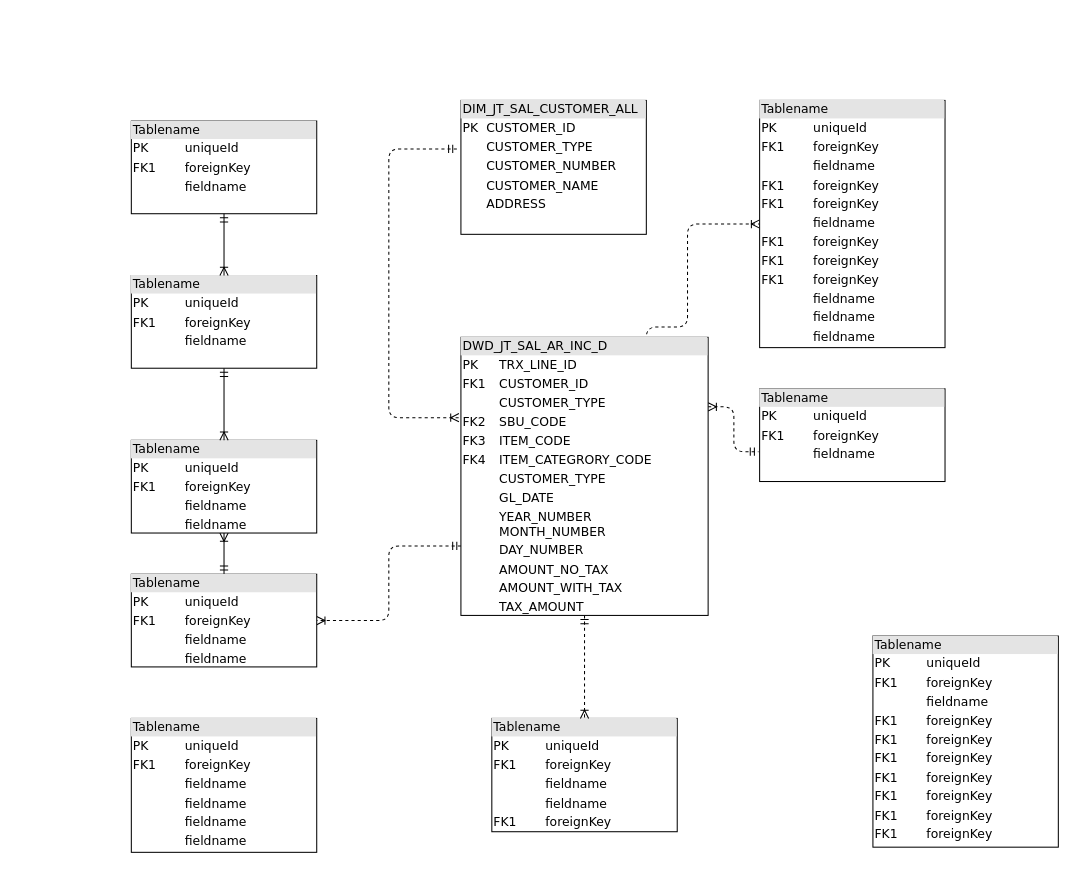
YMS-QC/YMS-QC.github.io keeps this draw.io diagram as Untitled Diagram.drawio. Above is the earlier version. Source tidied: cells renumbered, new cells numbered last; positions are measured from the earlier drawing's top-left corner, leaving out a move shared by most shapes. Both pictures are drawn from the tidied source at 103%, with x=0, y=0 at pixel (131, 100).
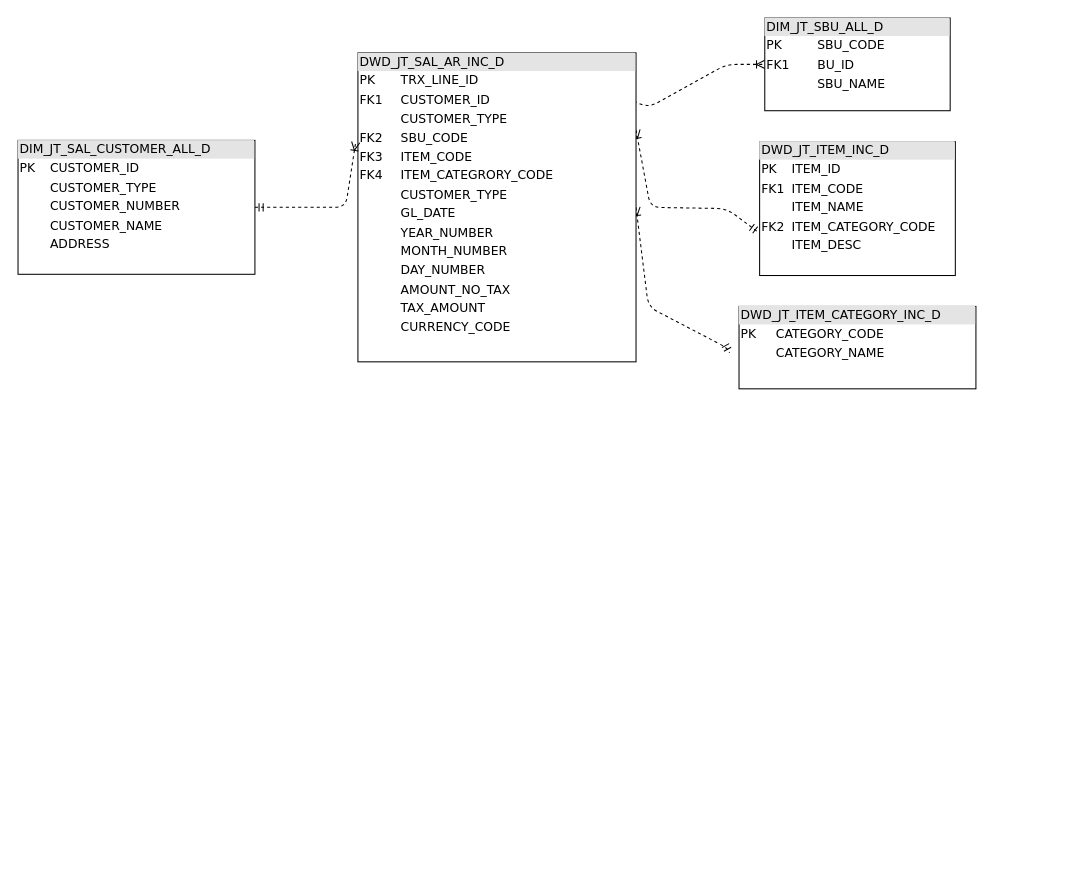
The same diagram, later.

Diff of the diagram source:
```diff
@@
-    <mxCell id="2" value="&lt;div style=&quot;box-sizing:border-box;width:100%;background:#e4e4e4;padding:2px;&quot;&gt;Tablename&lt;/div&gt;&lt;table style=&quot;width:100%;font-size:1em;&quot; cellpadding=&quot;2&quot; cellspacing=&quot;0&quot;&gt;&lt;tr&gt;&lt;td&gt;PK&lt;/td&gt;&lt;td&gt;uniqueId&lt;/td&gt;&lt;/tr&gt;&lt;tr&gt;&lt;td&gt;FK1&lt;/td&gt;&lt;td&gt;foreignKey&lt;/td&gt;&lt;/tr&gt;&lt;tr&gt;&lt;td&gt;&lt;/td&gt;&lt;td&gt;fieldname&lt;/td&gt;&lt;/tr&gt;&lt;/table&gt;" style="verticalAlign=top;align=left;overflow=fill;html=1;rounded=0;shadow=0;comic=0;labelBackgroundColor=none;strokeWidth=1;fontFamily=Verdana;fontSize=12;" parent="1" vertex="1">
-      <mxGeometry y="20" width="180" height="90" as="geometry" />
-    </mxCell>
-    <mxCell id="3" style="edgeStyle=orthogonalEdgeStyle;html=1;dashed=1;labelBackgroundColor=none;startArrow=ERmandOne;endArrow=ERoneToMany;fontFamily=Verdana;fontSize=12;align=left;entryX=0;entryY=0.5;exitX=0.75;exitY=0.056;exitDx=0;exitDy=0;exitPerimeter=0;rounded=1;" parent="1" edge="1" source="15" target="17">
+    <mxCell id="3" style="edgeStyle=orthogonalEdgeStyle;html=1;dashed=1;labelBackgroundColor=none;startArrow=ERmandOne;endArrow=ERoneToMany;fontFamily=Verdana;fontSize=12;align=left;entryX=0;entryY=0.5;exitX=0.75;exitY=0.056;exitDx=0;exitDy=0;exitPerimeter=0;rounded=1;noEdgeStyle=1;orthogonal=1;" parent="1" edge="1" source="15" target="17">
       <mxGeometry relative="1" as="geometry">
         <Array as="points">
-          <mxPoint x="500" y="220" />
-          <mxPoint x="540" y="220" />
-          <mxPoint x="540" y="120" />
+          <mxPoint x="502" y="7.1" />
+          <mxPoint x="578" y="-35" />
         </Array>
       </mxGeometry>
     </mxCell>
-    <mxCell id="4" value="&lt;div style=&quot;box-sizing: border-box ; width: 100% ; background: #e4e4e4 ; padding: 2px&quot;&gt;DIM_JT_SAL_CUSTOMER_ALL&lt;/div&gt;&lt;table style=&quot;width: 100% ; font-size: 1em&quot; cellpadding=&quot;2&quot; cellspacing=&quot;0&quot;&gt;&lt;tbody&gt;&lt;tr&gt;&lt;td&gt;PK&lt;/td&gt;&lt;td&gt;CUSTOMER_ID&lt;/td&gt;&lt;/tr&gt;&lt;tr&gt;&lt;td&gt;&lt;br&gt;&lt;/td&gt;&lt;td&gt;CUSTOMER_TYPE&lt;/td&gt;&lt;/tr&gt;&lt;tr&gt;&lt;td&gt;&lt;/td&gt;&lt;td&gt;CUSTOMER_NUMBER&lt;/td&gt;&lt;/tr&gt;&lt;tr&gt;&lt;td&gt;&lt;br&gt;&lt;/td&gt;&lt;td&gt;CUSTOMER_NAME&lt;/td&gt;&lt;/tr&gt;&lt;tr&gt;&lt;td&gt;&lt;br&gt;&lt;/td&gt;&lt;td&gt;ADDRESS&lt;/td&gt;&lt;/tr&gt;&lt;tr&gt;&lt;td&gt;&lt;br&gt;&lt;/td&gt;&lt;td&gt;&lt;br&gt;&lt;/td&gt;&lt;/tr&gt;&lt;/tbody&gt;&lt;/table&gt;" style="verticalAlign=top;align=left;overflow=fill;html=1;rounded=0;shadow=0;comic=0;labelBackgroundColor=none;strokeWidth=1;fontFamily=Verdana;fontSize=12;" parent="1" vertex="1">
-      <mxGeometry x="320" width="180" height="130" as="geometry" />
+    <mxCell id="4" value="&lt;div style=&quot;box-sizing: border-box ; width: 100% ; background: #e4e4e4 ; padding: 2px&quot;&gt;DIM_JT_SAL_CUSTOMER_ALL_D&lt;/div&gt;&lt;table style=&quot;width: 100% ; font-size: 1em&quot; cellpadding=&quot;2&quot; cellspacing=&quot;0&quot;&gt;&lt;tbody&gt;&lt;tr&gt;&lt;td&gt;PK&lt;/td&gt;&lt;td&gt;CUSTOMER_ID&lt;/td&gt;&lt;/tr&gt;&lt;tr&gt;&lt;td&gt;&lt;br&gt;&lt;/td&gt;&lt;td&gt;CUSTOMER_TYPE&lt;/td&gt;&lt;/tr&gt;&lt;tr&gt;&lt;td&gt;&lt;/td&gt;&lt;td&gt;CUSTOMER_NUMBER&lt;/td&gt;&lt;/tr&gt;&lt;tr&gt;&lt;td&gt;&lt;br&gt;&lt;/td&gt;&lt;td&gt;CUSTOMER_NAME&lt;/td&gt;&lt;/tr&gt;&lt;tr&gt;&lt;td&gt;&lt;br&gt;&lt;/td&gt;&lt;td&gt;ADDRESS&lt;/td&gt;&lt;/tr&gt;&lt;tr&gt;&lt;td&gt;&lt;br&gt;&lt;/td&gt;&lt;td&gt;&lt;br&gt;&lt;/td&gt;&lt;/tr&gt;&lt;/tbody&gt;&lt;/table&gt;" style="verticalAlign=top;align=left;overflow=fill;html=1;rounded=0;shadow=0;comic=0;labelBackgroundColor=none;strokeWidth=1;fontFamily=Verdana;fontSize=12;" parent="1" vertex="1">
+      <mxGeometry x="-110" y="38.8" width="230" height="130" as="geometry" />
     </mxCell>
-    <mxCell id="5" style="edgeStyle=orthogonalEdgeStyle;html=1;labelBackgroundColor=none;startArrow=ERmandOne;endArrow=ERoneToMany;fontFamily=Verdana;fontSize=12;align=left;" parent="1" edge="1" source="7" target="8">
-      <mxGeometry relative="1" as="geometry" />
-    </mxCell>
-    <mxCell id="6" style="edgeStyle=orthogonalEdgeStyle;html=1;exitX=0;exitY=0.75;entryX=1;entryY=0.5;dashed=1;labelBackgroundColor=none;startArrow=ERmandOne;endArrow=ERoneToMany;fontFamily=Verdana;fontSize=12;align=left;" parent="1" edge="1" source="15" target="7">
-      <mxGeometry relative="1" as="geometry" />
-    </mxCell>
-    <mxCell id="7" value="&lt;div style=&quot;box-sizing: border-box ; width: 100% ; background: #e4e4e4 ; padding: 2px&quot;&gt;Tablename&lt;/div&gt;&lt;table style=&quot;width: 100% ; font-size: 1em&quot; cellpadding=&quot;2&quot; cellspacing=&quot;0&quot;&gt;&lt;tbody&gt;&lt;tr&gt;&lt;td&gt;PK&lt;/td&gt;&lt;td&gt;uniqueId&lt;/td&gt;&lt;/tr&gt;&lt;tr&gt;&lt;td&gt;FK1&lt;/td&gt;&lt;td&gt;foreignKey&lt;/td&gt;&lt;/tr&gt;&lt;tr&gt;&lt;td&gt;&lt;/td&gt;&lt;td&gt;fieldname&lt;/td&gt;&lt;/tr&gt;&lt;tr&gt;&lt;td&gt;&lt;br&gt;&lt;/td&gt;&lt;td&gt;fieldname&lt;br&gt;&lt;/td&gt;&lt;/tr&gt;&lt;/tbody&gt;&lt;/table&gt;" style="verticalAlign=top;align=left;overflow=fill;html=1;rounded=0;shadow=0;comic=0;labelBackgroundColor=none;strokeWidth=1;fontFamily=Verdana;fontSize=12;" parent="1" vertex="1">
-      <mxGeometry y="460" width="180" height="90" as="geometry" />
-    </mxCell>
-    <mxCell id="8" value="&lt;div style=&quot;box-sizing: border-box ; width: 100% ; background: #e4e4e4 ; padding: 2px&quot;&gt;Tablename&lt;/div&gt;&lt;table style=&quot;width: 100% ; font-size: 1em&quot; cellpadding=&quot;2&quot; cellspacing=&quot;0&quot;&gt;&lt;tbody&gt;&lt;tr&gt;&lt;td&gt;PK&lt;/td&gt;&lt;td&gt;uniqueId&lt;/td&gt;&lt;/tr&gt;&lt;tr&gt;&lt;td&gt;FK1&lt;/td&gt;&lt;td&gt;foreignKey&lt;/td&gt;&lt;/tr&gt;&lt;tr&gt;&lt;td&gt;&lt;/td&gt;&lt;td&gt;fieldname&lt;/td&gt;&lt;/tr&gt;&lt;tr&gt;&lt;td&gt;&lt;br&gt;&lt;/td&gt;&lt;td&gt;fieldname&lt;br&gt;&lt;/td&gt;&lt;/tr&gt;&lt;/tbody&gt;&lt;/table&gt;" style="verticalAlign=top;align=left;overflow=fill;html=1;rounded=0;shadow=0;comic=0;labelBackgroundColor=none;strokeWidth=1;fontFamily=Verdana;fontSize=12;" parent="1" vertex="1">
-      <mxGeometry y="330" width="180" height="90" as="geometry" />
-    </mxCell>
-    <mxCell id="9" style="edgeStyle=orthogonalEdgeStyle;html=1;entryX=0.5;entryY=0;labelBackgroundColor=none;startArrow=ERmandOne;endArrow=ERoneToMany;fontFamily=Verdana;fontSize=12;align=left;" parent="1" edge="1" source="10" target="8">
-      <mxGeometry relative="1" as="geometry" />
-    </mxCell>
-    <mxCell id="10" value="&lt;div style=&quot;box-sizing:border-box;width:100%;background:#e4e4e4;padding:2px;&quot;&gt;Tablename&lt;/div&gt;&lt;table style=&quot;width:100%;font-size:1em;&quot; cellpadding=&quot;2&quot; cellspacing=&quot;0&quot;&gt;&lt;tr&gt;&lt;td&gt;PK&lt;/td&gt;&lt;td&gt;uniqueId&lt;/td&gt;&lt;/tr&gt;&lt;tr&gt;&lt;td&gt;FK1&lt;/td&gt;&lt;td&gt;foreignKey&lt;/td&gt;&lt;/tr&gt;&lt;tr&gt;&lt;td&gt;&lt;/td&gt;&lt;td&gt;fieldname&lt;/td&gt;&lt;/tr&gt;&lt;/table&gt;" style="verticalAlign=top;align=left;overflow=fill;html=1;rounded=0;shadow=0;comic=0;labelBackgroundColor=none;strokeWidth=1;fontFamily=Verdana;fontSize=12;" parent="1" vertex="1">
-      <mxGeometry y="170" width="180" height="90" as="geometry" />
-    </mxCell>
-    <mxCell id="11" value="&lt;div style=&quot;box-sizing: border-box ; width: 100% ; background: #e4e4e4 ; padding: 2px&quot;&gt;Tablename&lt;/div&gt;&lt;table style=&quot;width: 100% ; font-size: 1em&quot; cellpadding=&quot;2&quot; cellspacing=&quot;0&quot;&gt;&lt;tbody&gt;&lt;tr&gt;&lt;td&gt;PK&lt;/td&gt;&lt;td&gt;uniqueId&lt;/td&gt;&lt;/tr&gt;&lt;tr&gt;&lt;td&gt;FK1&lt;/td&gt;&lt;td&gt;foreignKey&lt;/td&gt;&lt;/tr&gt;&lt;tr&gt;&lt;td&gt;&lt;/td&gt;&lt;td&gt;fieldname&lt;/td&gt;&lt;/tr&gt;&lt;tr&gt;&lt;td&gt;FK1&lt;br&gt;&lt;/td&gt;&lt;td&gt;foreignKey&lt;br&gt;&lt;/td&gt;&lt;/tr&gt;&lt;tr&gt;&lt;td&gt;FK1&lt;br&gt;&lt;/td&gt;&lt;td&gt;foreignKey&lt;br&gt;&lt;/td&gt;&lt;/tr&gt;&lt;tr&gt;&lt;td&gt;FK1&lt;br&gt;&lt;/td&gt;&lt;td&gt;foreignKey&lt;br&gt;&lt;/td&gt;&lt;/tr&gt;&lt;tr&gt;&lt;td&gt;FK1&lt;br&gt;&lt;/td&gt;&lt;td&gt;foreignKey&lt;br&gt;&lt;/td&gt;&lt;/tr&gt;&lt;tr&gt;&lt;td&gt;FK1&lt;br&gt;&lt;/td&gt;&lt;td&gt;foreignKey&lt;br&gt;&lt;/td&gt;&lt;/tr&gt;&lt;tr&gt;&lt;td&gt;FK1&lt;br&gt;&lt;/td&gt;&lt;td&gt;foreignKey&lt;br&gt;&lt;/td&gt;&lt;/tr&gt;&lt;tr&gt;&lt;td&gt;FK1&lt;br&gt;&lt;/td&gt;&lt;td&gt;foreignKey&lt;br&gt;&lt;/td&gt;&lt;/tr&gt;&lt;/tbody&gt;&lt;/table&gt;" style="verticalAlign=top;align=left;overflow=fill;html=1;rounded=0;shadow=0;comic=0;labelBackgroundColor=none;strokeWidth=1;fontFamily=Verdana;fontSize=12;" parent="1" vertex="1">
-      <mxGeometry x="720" y="520" width="180" height="205" as="geometry" />
-    </mxCell>
-    <mxCell id="12" value="&lt;div style=&quot;box-sizing: border-box ; width: 100% ; background: #e4e4e4 ; padding: 2px&quot;&gt;Tablename&lt;/div&gt;&lt;table style=&quot;width: 100% ; font-size: 1em&quot; cellpadding=&quot;2&quot; cellspacing=&quot;0&quot;&gt;&lt;tbody&gt;&lt;tr&gt;&lt;td&gt;PK&lt;/td&gt;&lt;td&gt;uniqueId&lt;/td&gt;&lt;/tr&gt;&lt;tr&gt;&lt;td&gt;FK1&lt;/td&gt;&lt;td&gt;foreignKey&lt;/td&gt;&lt;/tr&gt;&lt;tr&gt;&lt;td&gt;&lt;/td&gt;&lt;td&gt;fieldname&lt;/td&gt;&lt;/tr&gt;&lt;tr&gt;&lt;td&gt;&lt;br&gt;&lt;/td&gt;&lt;td&gt;fieldname&lt;br&gt;&lt;/td&gt;&lt;/tr&gt;&lt;tr&gt;&lt;td&gt;FK1&lt;br&gt;&lt;/td&gt;&lt;td&gt;foreignKey&lt;br&gt;&lt;/td&gt;&lt;/tr&gt;&lt;/tbody&gt;&lt;/table&gt;" style="verticalAlign=top;align=left;overflow=fill;html=1;rounded=0;shadow=0;comic=0;labelBackgroundColor=none;strokeWidth=1;fontFamily=Verdana;fontSize=12;" parent="1" vertex="1">
-      <mxGeometry x="350" y="600" width="180" height="110" as="geometry" />
-    </mxCell>
-    <mxCell id="13" style="edgeStyle=orthogonalEdgeStyle;html=1;entryX=0.5;entryY=0;labelBackgroundColor=none;startArrow=ERmandOne;endArrow=ERoneToMany;fontFamily=Verdana;fontSize=12;align=left;dashed=1;" parent="1" edge="1" source="15" target="12">
-      <mxGeometry relative="1" as="geometry" />
-    </mxCell>
-    <mxCell id="14" style="edgeStyle=orthogonalEdgeStyle;rounded=1;jettySize=auto;html=1;exitX=1;exitY=0.25;exitDx=0;exitDy=0;strokeColor=#000000;dashed=1;endArrow=ERmandOne;endFill=0;entryX=-0.006;entryY=0.678;entryDx=0;entryDy=0;entryPerimeter=0;startArrow=ERoneToMany;startFill=0;" parent="1" edge="1" source="15" target="16">
-      <mxGeometry relative="1" as="geometry" />
+    <mxCell id="14" style="edgeStyle=orthogonalEdgeStyle;rounded=1;jettySize=auto;html=1;exitX=1;exitY=0.25;exitDx=0;exitDy=0;strokeColor=#000000;dashed=1;endArrow=ERmandOne;endFill=0;entryX=-0.006;entryY=0.678;entryDx=0;entryDy=0;entryPerimeter=0;startArrow=ERoneToMany;startFill=0;noEdgeStyle=1;orthogonal=1;" parent="1" edge="1" source="15" target="16">
+      <mxGeometry relative="1" as="geometry">
+        <Array as="points">
+          <mxPoint x="504" y="103.8" />
+          <mxPoint x="578" y="105" />
+        </Array>
+      </mxGeometry>
     </mxCell>
+    <mxCell id="21" style="edgeStyle=orthogonalEdgeStyle;rounded=1;jettySize=auto;html=1;exitX=1;exitY=0.5;exitDx=0;exitDy=0;entryX=-0.04;entryY=0.563;entryDx=0;entryDy=0;entryPerimeter=0;dashed=1;startArrow=ERoneToMany;startFill=0;endArrow=ERmandOne;endFill=0;strokeColor=#000000;noEdgeStyle=1;orthogonal=1;" parent="1" edge="1" source="15" target="22">
+      <mxGeometry relative="1" as="geometry">
+        <Array as="points">
+          <mxPoint x="502" y="200.4" />
+          <mxPoint x="578" y="240" />
+        </Array>
+      </mxGeometry>
+    </mxCell>
-    <mxCell id="15" value="&lt;div style=&quot;box-sizing: border-box ; width: 100% ; background: #e4e4e4 ; padding: 2px&quot;&gt;DWD_JT_SAL_AR_INC_D&lt;/div&gt;&lt;table style=&quot;width: 100% ; font-size: 1em&quot; cellpadding=&quot;2&quot; cellspacing=&quot;0&quot;&gt;&lt;tbody&gt;&lt;tr&gt;&lt;td&gt;PK&lt;/td&gt;&lt;td&gt;TRX_LINE_ID&lt;/td&gt;&lt;/tr&gt;&lt;tr&gt;&lt;td&gt;FK1&lt;/td&gt;&lt;td&gt;CUSTOMER_ID&lt;/td&gt;&lt;/tr&gt;&lt;tr&gt;&lt;td&gt;&lt;br&gt;&lt;/td&gt;&lt;td&gt;CUSTOMER_TYPE&lt;/td&gt;&lt;/tr&gt;&lt;tr&gt;&lt;td&gt;FK2&lt;br&gt;&lt;/td&gt;&lt;td&gt;SBU_CODE&lt;br&gt;&lt;/td&gt;&lt;/tr&gt;&lt;tr&gt;&lt;td&gt;FK3&lt;br&gt;&lt;/td&gt;&lt;td&gt;ITEM_CODE&lt;/td&gt;&lt;/tr&gt;&lt;tr&gt;&lt;td&gt;FK4&lt;br&gt;&lt;/td&gt;&lt;td&gt;ITEM_CATEGRORY_CODE&lt;/td&gt;&lt;/tr&gt;&lt;tr&gt;&lt;td&gt;&lt;br&gt;&lt;/td&gt;&lt;td&gt;CUSTOMER_TYPE&lt;/td&gt;&lt;/tr&gt;&lt;tr&gt;&lt;td&gt;&lt;br&gt;&lt;/td&gt;&lt;td&gt;GL_DATE&lt;br&gt;&lt;/td&gt;&lt;/tr&gt;&lt;tr&gt;&lt;td&gt;&lt;br&gt;&lt;/td&gt;&lt;td&gt;YEAR_NUMBER&lt;br&gt;MONTH_NUMBER&lt;/td&gt;&lt;/tr&gt;&lt;tr&gt;&lt;td&gt;&lt;br&gt;&lt;/td&gt;&lt;td&gt;DAY_NUMBER&lt;/td&gt;&lt;/tr&gt;&lt;tr&gt;&lt;td&gt;&lt;br&gt;&lt;/td&gt;&lt;td&gt;AMOUNT_NO_TAX&lt;/td&gt;&lt;/tr&gt;&lt;tr&gt;&lt;td&gt;&lt;br&gt;&lt;/td&gt;&lt;td&gt;AMOUNT_WITH_TAX&lt;/td&gt;&lt;/tr&gt;&lt;tr&gt;&lt;td&gt;&lt;br&gt;&lt;/td&gt;&lt;td&gt;TAX_AMOUNT&lt;/td&gt;&lt;/tr&gt;&lt;/tbody&gt;&lt;/table&gt;" style="verticalAlign=top;align=left;overflow=fill;html=1;rounded=0;shadow=0;comic=0;labelBackgroundColor=none;strokeWidth=1;fontFamily=Verdana;fontSize=12;" parent="1" vertex="1">
-      <mxGeometry x="320" y="230" width="240" height="270" as="geometry" />
+    <mxCell id="15" value="&lt;div style=&quot;box-sizing: border-box ; width: 100% ; background: #e4e4e4 ; padding: 2px&quot;&gt;DWD_JT_SAL_AR_INC_D&lt;/div&gt;&lt;table style=&quot;width: 100% ; font-size: 1em&quot; cellpadding=&quot;2&quot; cellspacing=&quot;0&quot;&gt;&lt;tbody&gt;&lt;tr&gt;&lt;td&gt;PK&lt;/td&gt;&lt;td&gt;TRX_LINE_ID&lt;/td&gt;&lt;/tr&gt;&lt;tr&gt;&lt;td&gt;FK1&lt;/td&gt;&lt;td&gt;CUSTOMER_ID&lt;/td&gt;&lt;/tr&gt;&lt;tr&gt;&lt;td&gt;&lt;br&gt;&lt;/td&gt;&lt;td&gt;CUSTOMER_TYPE&lt;/td&gt;&lt;/tr&gt;&lt;tr&gt;&lt;td&gt;FK2&lt;br&gt;&lt;/td&gt;&lt;td&gt;SBU_CODE&lt;br&gt;&lt;/td&gt;&lt;/tr&gt;&lt;tr&gt;&lt;td&gt;FK3&lt;br&gt;&lt;/td&gt;&lt;td&gt;ITEM_CODE&lt;/td&gt;&lt;/tr&gt;&lt;tr&gt;&lt;td&gt;FK4&lt;br&gt;&lt;/td&gt;&lt;td&gt;ITEM_CATEGRORY_CODE&lt;/td&gt;&lt;/tr&gt;&lt;tr&gt;&lt;td&gt;&lt;br&gt;&lt;/td&gt;&lt;td&gt;CUSTOMER_TYPE&lt;/td&gt;&lt;/tr&gt;&lt;tr&gt;&lt;td&gt;&lt;br&gt;&lt;/td&gt;&lt;td&gt;GL_DATE&lt;br&gt;&lt;/td&gt;&lt;/tr&gt;&lt;tr&gt;&lt;td&gt;&lt;br&gt;&lt;/td&gt;&lt;td&gt;YEAR_NUMBER&lt;br&gt;&lt;/td&gt;&lt;/tr&gt;&lt;tr&gt;&lt;td&gt;&lt;br&gt;&lt;/td&gt;&lt;td&gt;MONTH_NUMBER&lt;br&gt;&lt;/td&gt;&lt;/tr&gt;&lt;tr&gt;&lt;td&gt;&lt;br&gt;&lt;/td&gt;&lt;td&gt;DAY_NUMBER&lt;/td&gt;&lt;/tr&gt;&lt;tr&gt;&lt;td&gt;&lt;br&gt;&lt;/td&gt;&lt;td&gt;AMOUNT_NO_TAX&lt;/td&gt;&lt;/tr&gt;&lt;tr&gt;&lt;td&gt;&lt;br&gt;&lt;/td&gt;&lt;td&gt;TAX_AMOUNT&lt;/td&gt;&lt;/tr&gt;&lt;tr&gt;&lt;td&gt;&lt;br&gt;&lt;/td&gt;&lt;td&gt;CURRENCY_CODE&lt;/td&gt;&lt;/tr&gt;&lt;/tbody&gt;&lt;/table&gt;" style="verticalAlign=top;align=left;overflow=fill;html=1;rounded=0;shadow=0;comic=0;labelBackgroundColor=none;strokeWidth=1;fontFamily=Verdana;fontSize=12;" parent="1" vertex="1">
+      <mxGeometry x="220" y="-46.2" width="270" height="300" as="geometry" />
     </mxCell>
-    <mxCell id="16" value="&lt;div style=&quot;box-sizing:border-box;width:100%;background:#e4e4e4;padding:2px;&quot;&gt;Tablename&lt;/div&gt;&lt;table style=&quot;width:100%;font-size:1em;&quot; cellpadding=&quot;2&quot; cellspacing=&quot;0&quot;&gt;&lt;tr&gt;&lt;td&gt;PK&lt;/td&gt;&lt;td&gt;uniqueId&lt;/td&gt;&lt;/tr&gt;&lt;tr&gt;&lt;td&gt;FK1&lt;/td&gt;&lt;td&gt;foreignKey&lt;/td&gt;&lt;/tr&gt;&lt;tr&gt;&lt;td&gt;&lt;/td&gt;&lt;td&gt;fieldname&lt;/td&gt;&lt;/tr&gt;&lt;/table&gt;" style="verticalAlign=top;align=left;overflow=fill;html=1;rounded=0;shadow=0;comic=0;labelBackgroundColor=none;strokeWidth=1;fontFamily=Verdana;fontSize=12;" parent="1" vertex="1">
-      <mxGeometry x="610" y="280" width="180" height="90" as="geometry" />
+    <mxCell id="16" value="&lt;div style=&quot;box-sizing: border-box ; width: 100% ; background: #e4e4e4 ; padding: 2px&quot;&gt;DWD_JT_ITEM_INC_D&lt;/div&gt;&lt;table style=&quot;width: 100% ; font-size: 1em&quot; cellpadding=&quot;2&quot; cellspacing=&quot;0&quot;&gt;&lt;tbody&gt;&lt;tr&gt;&lt;td&gt;PK&lt;/td&gt;&lt;td&gt;ITEM_ID&lt;/td&gt;&lt;/tr&gt;&lt;tr&gt;&lt;td&gt;FK1&lt;/td&gt;&lt;td&gt;ITEM_CODE&lt;/td&gt;&lt;/tr&gt;&lt;tr&gt;&lt;td&gt;&lt;/td&gt;&lt;td&gt;ITEM_NAME&lt;/td&gt;&lt;/tr&gt;&lt;tr&gt;&lt;td&gt;FK2&lt;/td&gt;&lt;td&gt;ITEM_CATEGORY_CODE&lt;/td&gt;&lt;/tr&gt;&lt;tr&gt;&lt;td&gt;&lt;br&gt;&lt;/td&gt;&lt;td&gt;ITEM_DESC&lt;/td&gt;&lt;/tr&gt;&lt;/tbody&gt;&lt;/table&gt;" style="verticalAlign=top;align=left;overflow=fill;html=1;rounded=0;shadow=0;comic=0;labelBackgroundColor=none;strokeWidth=1;fontFamily=Verdana;fontSize=12;" parent="1" vertex="1">
+      <mxGeometry x="610" y="40" width="190" height="130" as="geometry" />
     </mxCell>
-    <mxCell id="17" value="&lt;div style=&quot;box-sizing: border-box ; width: 100% ; background: #e4e4e4 ; padding: 2px&quot;&gt;Tablename&lt;/div&gt;&lt;table style=&quot;width: 100% ; font-size: 1em&quot; cellpadding=&quot;2&quot; cellspacing=&quot;0&quot;&gt;&lt;tbody&gt;&lt;tr&gt;&lt;td&gt;PK&lt;/td&gt;&lt;td&gt;uniqueId&lt;/td&gt;&lt;/tr&gt;&lt;tr&gt;&lt;td&gt;FK1&lt;/td&gt;&lt;td&gt;foreignKey&lt;/td&gt;&lt;/tr&gt;&lt;tr&gt;&lt;td&gt;&lt;/td&gt;&lt;td&gt;fieldname&lt;/td&gt;&lt;/tr&gt;&lt;tr&gt;&lt;td&gt;FK1&lt;br&gt;&lt;/td&gt;&lt;td&gt;foreignKey&lt;br&gt;&lt;/td&gt;&lt;/tr&gt;&lt;tr&gt;&lt;td&gt;FK1&lt;br&gt;&lt;/td&gt;&lt;td&gt;foreignKey&lt;br&gt;&lt;/td&gt;&lt;/tr&gt;&lt;tr&gt;&lt;td&gt;&lt;br&gt;&lt;/td&gt;&lt;td&gt;fieldname&lt;br&gt;&lt;/td&gt;&lt;/tr&gt;&lt;tr&gt;&lt;td&gt;FK1&lt;br&gt;&lt;/td&gt;&lt;td&gt;foreignKey&lt;br&gt;&lt;/td&gt;&lt;/tr&gt;&lt;tr&gt;&lt;td&gt;FK1&lt;br&gt;&lt;/td&gt;&lt;td&gt;foreignKey&lt;br&gt;&lt;/td&gt;&lt;/tr&gt;&lt;tr&gt;&lt;td&gt;FK1&lt;br&gt;&lt;/td&gt;&lt;td&gt;foreignKey&lt;br&gt;&lt;/td&gt;&lt;/tr&gt;&lt;tr&gt;&lt;td&gt;&lt;br&gt;&lt;/td&gt;&lt;td&gt;fieldname&lt;br&gt;&lt;/td&gt;&lt;/tr&gt;&lt;tr&gt;&lt;td&gt;&lt;br&gt;&lt;/td&gt;&lt;td&gt;fieldname&lt;br&gt;&lt;/td&gt;&lt;/tr&gt;&lt;tr&gt;&lt;td&gt;&lt;br&gt;&lt;/td&gt;&lt;td&gt;fieldname&lt;br&gt;&lt;/td&gt;&lt;/tr&gt;&lt;/tbody&gt;&lt;/table&gt;" style="verticalAlign=top;align=left;overflow=fill;html=1;rounded=0;shadow=0;comic=0;labelBackgroundColor=none;strokeWidth=1;fontFamily=Verdana;fontSize=12;" parent="1" vertex="1">
-      <mxGeometry x="610" width="180" height="240" as="geometry" />
+    <mxCell id="17" value="&lt;div style=&quot;box-sizing: border-box ; width: 100% ; background: #e4e4e4 ; padding: 2px&quot;&gt;DIM_JT_SBU_ALL_D&lt;/div&gt;&lt;table style=&quot;width: 100% ; font-size: 1em&quot; cellpadding=&quot;2&quot; cellspacing=&quot;0&quot;&gt;&lt;tbody&gt;&lt;tr&gt;&lt;td&gt;PK&lt;/td&gt;&lt;td&gt;SBU_CODE&lt;/td&gt;&lt;/tr&gt;&lt;tr&gt;&lt;td&gt;FK1&lt;/td&gt;&lt;td&gt;BU_ID&lt;/td&gt;&lt;/tr&gt;&lt;tr&gt;&lt;td&gt;&lt;br&gt;&lt;/td&gt;&lt;td&gt;SBU_NAME&lt;br&gt;&lt;/td&gt;&lt;/tr&gt;&lt;/tbody&gt;&lt;/table&gt;" style="verticalAlign=top;align=left;overflow=fill;html=1;rounded=0;shadow=0;comic=0;labelBackgroundColor=none;strokeWidth=1;fontFamily=Verdana;fontSize=12;" parent="1" vertex="1">
+      <mxGeometry x="615" y="-80" width="180" height="90" as="geometry" />
     </mxCell>
-    <mxCell id="18" value="&lt;div style=&quot;box-sizing: border-box ; width: 100% ; background: #e4e4e4 ; padding: 2px&quot;&gt;Tablename&lt;/div&gt;&lt;table style=&quot;width: 100% ; font-size: 1em&quot; cellpadding=&quot;2&quot; cellspacing=&quot;0&quot;&gt;&lt;tbody&gt;&lt;tr&gt;&lt;td&gt;PK&lt;/td&gt;&lt;td&gt;uniqueId&lt;/td&gt;&lt;/tr&gt;&lt;tr&gt;&lt;td&gt;FK1&lt;/td&gt;&lt;td&gt;foreignKey&lt;/td&gt;&lt;/tr&gt;&lt;tr&gt;&lt;td&gt;&lt;/td&gt;&lt;td&gt;fieldname&lt;/td&gt;&lt;/tr&gt;&lt;tr&gt;&lt;td&gt;&lt;br&gt;&lt;/td&gt;&lt;td&gt;fieldname&lt;br&gt;&lt;/td&gt;&lt;/tr&gt;&lt;tr&gt;&lt;td&gt;&lt;br&gt;&lt;/td&gt;&lt;td&gt;fieldname&lt;br&gt;&lt;/td&gt;&lt;/tr&gt;&lt;tr&gt;&lt;td&gt;&lt;br&gt;&lt;/td&gt;&lt;td&gt;fieldname&lt;br&gt;&lt;/td&gt;&lt;/tr&gt;&lt;/tbody&gt;&lt;/table&gt;" style="verticalAlign=top;align=left;overflow=fill;html=1;rounded=0;shadow=0;comic=0;labelBackgroundColor=none;strokeWidth=1;fontFamily=Verdana;fontSize=12;" parent="1" vertex="1">
-      <mxGeometry y="600" width="180" height="130" as="geometry" />
-    </mxCell>
-    <mxCell id="19" style="edgeStyle=orthogonalEdgeStyle;html=1;endArrow=ERoneToMany;startArrow=ERmandOne;labelBackgroundColor=none;fontFamily=Verdana;fontSize=12;align=left;exitX=0.5;exitY=1;entryX=0.5;entryY=0;" parent="1" edge="1" source="2" target="10">
-      <mxGeometry relative="1" as="geometry" />
-    </mxCell>
-    <mxCell id="20" style="edgeStyle=orthogonalEdgeStyle;html=1;dashed=1;labelBackgroundColor=none;startArrow=ERmandOne;endArrow=ERoneToMany;fontFamily=Verdana;fontSize=12;align=left;entryX=-0.008;entryY=0.289;exitX=-0.022;exitY=0.362;exitDx=0;exitDy=0;entryDx=0;entryDy=0;exitPerimeter=0;entryPerimeter=0;" parent="1" edge="1" source="4" target="15">
+    <mxCell id="20" style="edgeStyle=orthogonalEdgeStyle;html=1;dashed=1;labelBackgroundColor=none;startArrow=ERmandOne;endArrow=ERoneToMany;fontFamily=Verdana;fontSize=12;align=left;entryX=-0.008;entryY=0.289;exitX=1;exitY=0.5;exitDx=0;exitDy=0;entryDx=0;entryDy=0;entryPerimeter=0;noEdgeStyle=1;orthogonal=1;" parent="1" edge="1" source="4" target="15">
       <mxGeometry relative="1" as="geometry">
         <Array as="points">
-          <mxPoint x="250" y="47" />
-          <mxPoint x="250" y="308" />
+          <mxPoint x="132" y="103.8" />
+          <mxPoint x="208" y="103.8" />
         </Array>
       </mxGeometry>
     </mxCell>
+    <mxCell id="22" value="&lt;div style=&quot;box-sizing: border-box ; width: 100% ; background: #e4e4e4 ; padding: 2px&quot;&gt;DWD_JT_ITEM_CATEGORY_INC_D&lt;/div&gt;&lt;table style=&quot;width: 100% ; font-size: 1em&quot; cellpadding=&quot;2&quot; cellspacing=&quot;0&quot;&gt;&lt;tbody&gt;&lt;tr&gt;&lt;td&gt;PK&lt;/td&gt;&lt;td&gt;CATEGORY_CODE&lt;/td&gt;&lt;/tr&gt;&lt;tr&gt;&lt;td&gt;&lt;/td&gt;&lt;td&gt;CATEGORY_NAME&lt;/td&gt;&lt;/tr&gt;&lt;/tbody&gt;&lt;/table&gt;" style="verticalAlign=top;align=left;overflow=fill;html=1;rounded=0;shadow=0;comic=0;labelBackgroundColor=none;strokeWidth=1;fontFamily=Verdana;fontSize=12;" parent="1" vertex="1">
+      <mxGeometry x="590" y="200" width="230" height="80" as="geometry" />
+    </mxCell>
```
